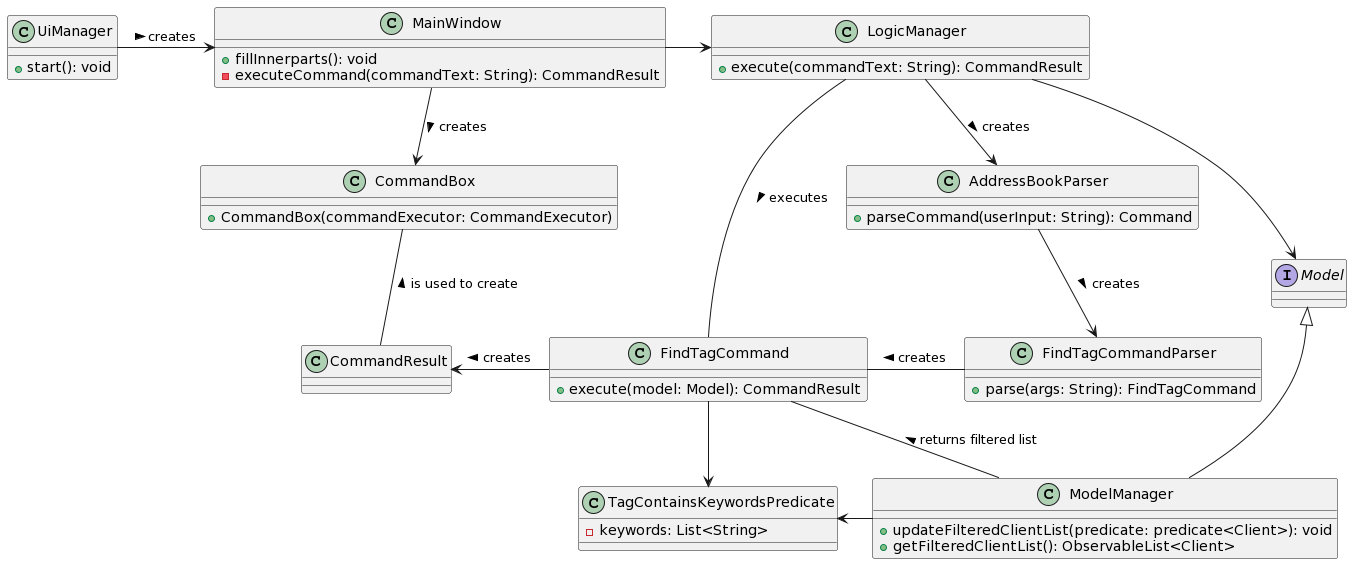
Above: docs/images/FindTagClassDiagram.png in camille-readbean/tp (PlantUML), before the change. Source of this version:
```plantuml
@startuml
class UiManager {
+ start(): void
}
class MainWindow {
+ fillInnerparts(): void
- executeCommand(commandText: String): CommandResult
}
class LogicManager {
+ execute(commandText: String): CommandResult
}
class AddressBookParser {
+ parseCommand(userInput: String): Command
}
class FindTagCommandParser {
+ parse(args: String): FindTagCommand
}
class FindTagCommand {
+ execute(model: Model): CommandResult
}
class TagContainsKeywordsPredicate {
- keywords: List<String>
}
class CommandResult {
}

class CommandBox {
+ CommandBox(commandExecutor: CommandExecutor)
}
interface Model {
}
class ModelManager {
+ updateFilteredClientList(predicate: predicate<Client>): void
+ getFilteredClientList(): ObservableList<Client>
}

UiManager -> MainWindow : creates >
MainWindow -> LogicManager
MainWindow --> CommandBox : creates >
LogicManager --> AddressBookParser : creates >
Model <|-- ModelManager
LogicManager --> Model
AddressBookParser --> FindTagCommandParser : creates >
FindTagCommand - FindTagCommandParser : creates <
CommandResult <- FindTagCommand : creates <
FindTagCommand --> TagContainsKeywordsPredicate
FindTagCommand -- ModelManager : returns filtered list <
TagContainsKeywordsPredicate <- ModelManager
LogicManager -- FindTagCommand : executes >
CommandBox -- CommandResult : is used to create <
@enduml
```
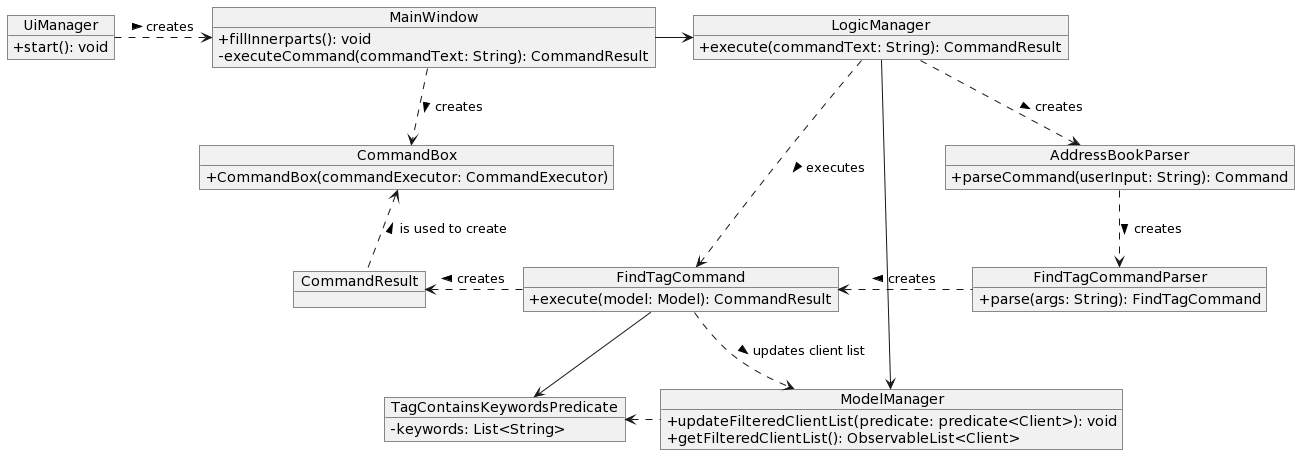
Above is the later version.

Commit message:
Update find-tag and view class diagrams

The edit, as a diff of the source:
```diff
@@ -1,51 +1,61 @@
 @startuml
-class UiManager {
+skinparam classAttributeIconSize 0
+skinparam usecaseAttributeIconSize 0
+skinparam classAttributeFontSize 0
+skinparam usecaseAttributeFontSize 0
+
+object UiManager {
 + start(): void
 }
-class MainWindow {
+
+object MainWindow {
 + fillInnerparts(): void
 - executeCommand(commandText: String): CommandResult
 }
-class LogicManager {
+
+object LogicManager {
 + execute(commandText: String): CommandResult
 }
-class AddressBookParser {
+
+object AddressBookParser {
 + parseCommand(userInput: String): Command
 }
-class FindTagCommandParser {
+
+object FindTagCommandParser {
 + parse(args: String): FindTagCommand
 }
-class FindTagCommand {
+
+object FindTagCommand {
 + execute(model: Model): CommandResult
 }
-class TagContainsKeywordsPredicate {
+
+object TagContainsKeywordsPredicate {
 - keywords: List<String>
 }
-class CommandResult {
+
+object CommandResult {
 }
 
-class CommandBox {
+object CommandBox {
 + CommandBox(commandExecutor: CommandExecutor)
 }
-interface Model {
-}
-class ModelManager {
+
+object ModelManager {
 + updateFilteredClientList(predicate: predicate<Client>): void
 + getFilteredClientList(): ObservableList<Client>
 }
 
-UiManager -> MainWindow : creates >
+UiManager .> MainWindow : creates >
 MainWindow -> LogicManager
-MainWindow --> CommandBox : creates >
-LogicManager --> AddressBookParser : creates >
-Model <|-- ModelManager
-LogicManager --> Model
-AddressBookParser --> FindTagCommandParser : creates >
-FindTagCommand - FindTagCommandParser : creates <
-CommandResult <- FindTagCommand : creates <
+MainWindow ..> CommandBox : creates >
+LogicManager ..> AddressBookParser : creates >
+LogicManager --> ModelManager
+AddressBookParser ..> FindTagCommandParser : creates >
+FindTagCommand <. FindTagCommandParser : creates <
+CommandResult <. FindTagCommand : creates <
 FindTagCommand --> TagContainsKeywordsPredicate
-FindTagCommand -- ModelManager : returns filtered list <
-TagContainsKeywordsPredicate <- ModelManager
-LogicManager -- FindTagCommand : executes >
-CommandBox -- CommandResult : is used to create <
+FindTagCommand ..> ModelManager : updates client list >
+TagContainsKeywordsPredicate <. ModelManager
+LogicManager ..> FindTagCommand : executes >
+CommandBox <.. CommandResult : is used to create <
 @enduml
```
